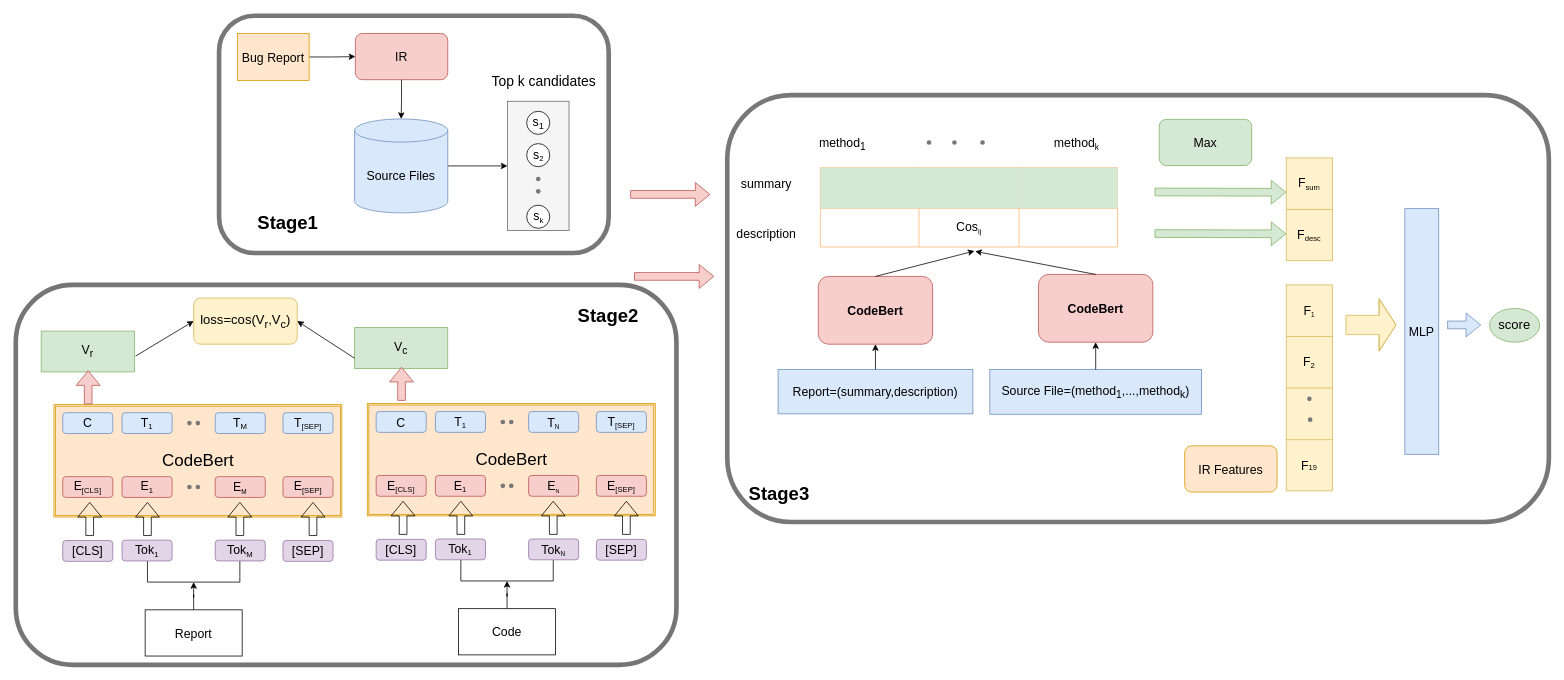
This is V2_Untitled Diagram.drawio from hangdj/BERT-PLI-IJCAI2020, a draw.io file, before an edit. Source tidied: cells renumbered, new cells numbered last; positions are measured from the earlier drawing's top-left corner, leaving out a move shared by most shapes. Both pictures are drawn from the tidied source at 77%, with x=0, y=0 at pixel (15, 15).
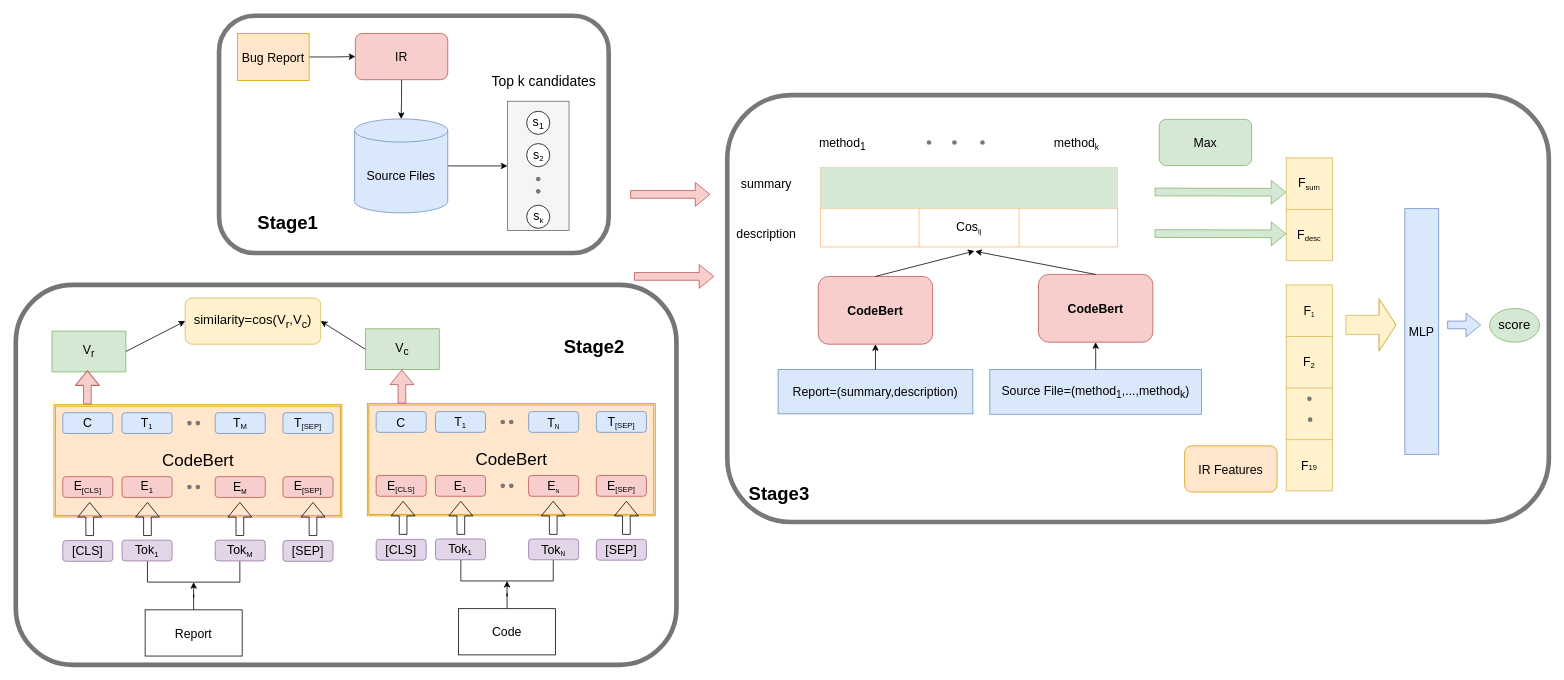
The same diagram, later.

Change to the diagram source:
```diff
@@
     <mxCell id="31" value="&lt;font style=&quot;font-size: 16px&quot;&gt;V&lt;sub&gt;r&lt;/sub&gt;&lt;/font&gt;" style="rounded=0;whiteSpace=wrap;html=1;fillColor=#d5e8d4;strokeColor=#82b366;" parent="1" vertex="1">
-      <mxGeometry x="33" y="409.5" width="121" height="53" as="geometry" />
+      <mxGeometry x="47" y="409.5" width="96" height="53" as="geometry" />
     </mxCell>
     <mxCell id="32" style="shape=flexArrow;endArrow=classic;html=1;fillColor=#f8cecc;strokeColor=#b85450;" parent="1" edge="1">
       <mxGeometry relative="1" as="geometry">
-        <mxPoint x="94" y="504.5" as="sourcePoint" />
-        <mxPoint x="94" y="460.5" as="targetPoint" />
+        <mxPoint x="93" y="504.5" as="sourcePoint" />
+        <mxPoint x="93" y="460.5" as="targetPoint" />
+        <Array as="points">
+          <mxPoint x="93" y="480" />
+        </Array>
       </mxGeometry>
     </mxCell>
@@
     <mxCell id="37" value="Stage2" style="text;strokeColor=none;fillColor=none;html=1;fontSize=24;fontStyle=1;verticalAlign=middle;align=center;" parent="1" vertex="1">
-      <mxGeometry x="718.5" y="369.5" width="100" height="40" as="geometry" />
+      <mxGeometry x="701" y="409.5" width="100" height="40" as="geometry" />
     </mxCell>
@@
     <mxCell id="110" value="&lt;font style=&quot;font-size: 16px&quot;&gt;V&lt;sub&gt;c&lt;/sub&gt;&lt;/font&gt;" style="rounded=0;whiteSpace=wrap;html=1;fillColor=#d5e8d4;strokeColor=#82b366;" parent="1" vertex="1">
-      <mxGeometry x="440" y="405" width="121" height="53" as="geometry" />
+      <mxGeometry x="454" y="406.5" width="96" height="53" as="geometry" />
     </mxCell>
     <mxCell id="111" style="shape=flexArrow;endArrow=classic;html=1;fillColor=#f8cecc;strokeColor=#b85450;" parent="1" edge="1">
       <mxGeometry relative="1" as="geometry">
-        <mxPoint x="501" y="500" as="sourcePoint" />
-        <mxPoint x="501" y="456" as="targetPoint" />
+        <mxPoint x="501.5" y="503.5" as="sourcePoint" />
+        <mxPoint x="501.5" y="459.5" as="targetPoint" />
       </mxGeometry>
     </mxCell>
@@
-    <mxCell id="120" value="&lt;font style=&quot;font-size: 17px&quot;&gt;loss=cos(V&lt;sub&gt;r&lt;/sub&gt;,V&lt;sub&gt;c&lt;/sub&gt;)&lt;/font&gt;" style="rounded=1;whiteSpace=wrap;html=1;fillColor=#fff2cc;strokeColor=#d6b656;" parent="1" vertex="1">
-      <mxGeometry x="231" y="366.5" width="134.5" height="60" as="geometry" />
+    <mxCell id="120" value="&lt;font style=&quot;font-size: 17px&quot;&gt;similarity=cos(V&lt;sub&gt;r&lt;/sub&gt;,V&lt;sub&gt;c&lt;/sub&gt;)&lt;/font&gt;" style="rounded=1;whiteSpace=wrap;html=1;fillColor=#fff2cc;strokeColor=#d6b656;" parent="1" vertex="1">
+      <mxGeometry x="220" y="366.5" width="176" height="60" as="geometry" />
     </mxCell>
-    <mxCell id="121" style="endArrow=classic;html=1;entryX=0;entryY=0.5;entryDx=0;entryDy=0;" parent="1" edge="1" target="120">
-      <mxGeometry relative="1" as="geometry">
-        <mxPoint x="155.5" y="442" as="sourcePoint" />
-      </mxGeometry>
+    <mxCell id="121" style="endArrow=classic;html=1;entryX=0;entryY=0.5;entryDx=0;entryDy=0;exitX=1;exitY=0.5;exitDx=0;exitDy=0;" parent="1" edge="1" source="31" target="120">
+      <mxGeometry relative="1" as="geometry" />
     </mxCell>
-    <mxCell id="122" style="endArrow=classic;html=1;exitX=0;exitY=0.75;exitDx=0;exitDy=0;entryX=1;entryY=0.5;entryDx=0;entryDy=0;" parent="1" edge="1" source="110" target="120">
+    <mxCell id="122" style="endArrow=classic;html=1;exitX=0;exitY=0.5;exitDx=0;exitDy=0;entryX=1;entryY=0.5;entryDx=0;entryDy=0;" parent="1" edge="1" source="110" target="120">
       <mxGeometry relative="1" as="geometry" />
     </mxCell>
```
